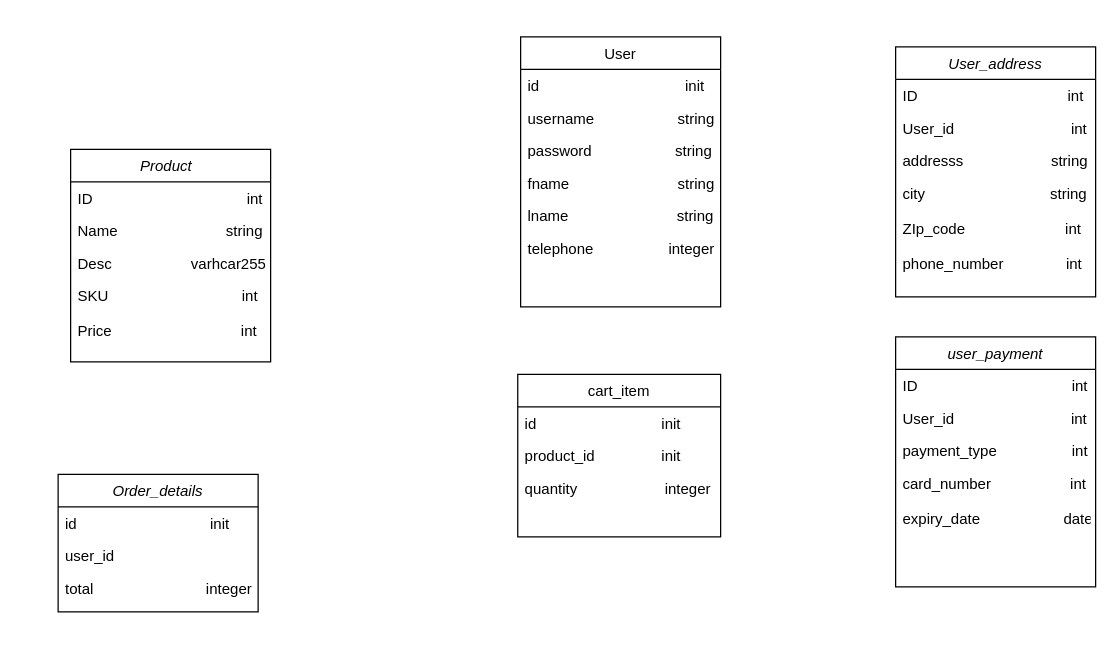
Earlier version of the draw.io diagram Untitled Diagram.drawio (samtheeagle123/shop1). Source tidied: cells renumbered, new cells numbered last; positions are measured from the earlier drawing's top-left corner, leaving out a move shared by most shapes. Both pictures are drawn from the tidied source at 125%, with x=0, y=0 at pixel (58, 36).
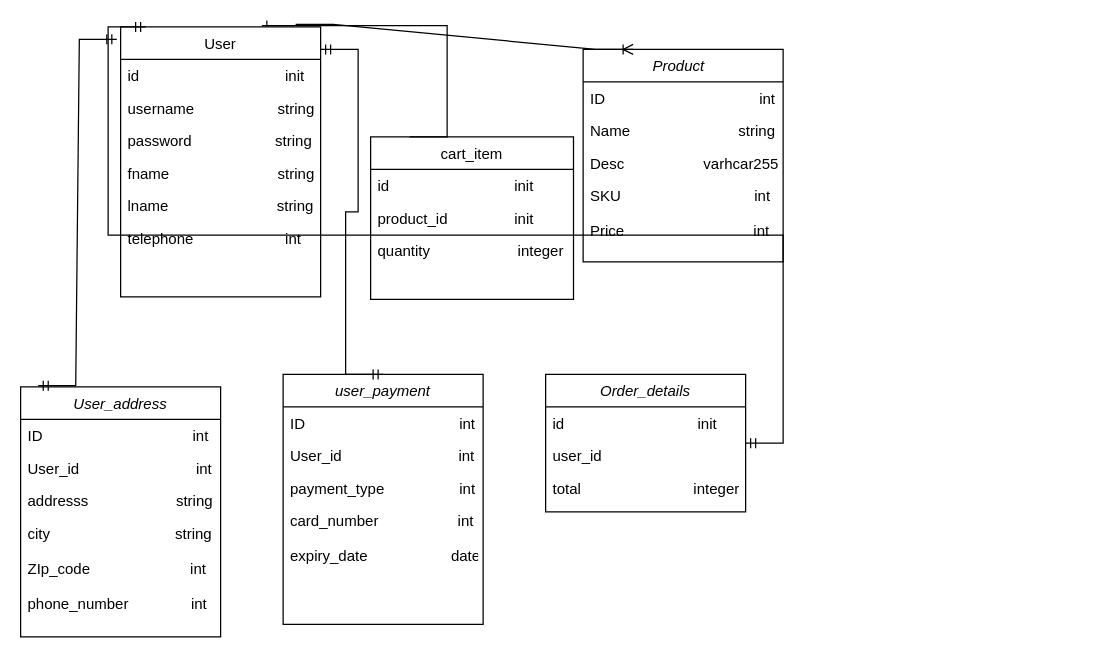
The same page after the edit.

The edit, as a diff of the source:
```diff
@@
     <mxCell id="2" value="Product  &#10;&#10;" style="swimlane;fontStyle=2;align=center;verticalAlign=top;horizontal=1;startSize=26;rounded=0;shadow=0;strokeWidth=1;" parent="1" vertex="1">
-      <mxGeometry x="10" y="90" width="160" height="170" as="geometry" />
+      <mxGeometry x="420" y="10" width="160" height="170" as="geometry" />
     </mxCell>
@@
     <mxCell id="8" value="cart_item" style="swimlane;fontStyle=0;align=center;verticalAlign=top;horizontal=1;startSize=26;rounded=0;shadow=0;strokeWidth=1;" parent="1" vertex="1">
-      <mxGeometry x="367.7" y="270" width="162.3" height="130" as="geometry" />
+      <mxGeometry x="250" y="80" width="162.3" height="130" as="geometry" />
     </mxCell>
+    <mxCell id="36" style="edgeStyle=entityRelationEdgeStyle;fontSize=12;html=1;endArrow=ERone;endFill=1;rounded=0;entryX=0.706;entryY=-0.005;entryDx=0;entryDy=0;entryPerimeter=0;" parent="8" edge="1" target="12">
+      <mxGeometry relative="1" as="geometry">
+        <mxPoint x="31.2" as="sourcePoint" />
+      </mxGeometry>
+    </mxCell>
@@
     <mxCell id="12" value="User" style="swimlane;fontStyle=0;align=center;verticalAlign=top;horizontal=1;startSize=26;rounded=0;shadow=0;strokeWidth=1;" parent="1" vertex="1">
-      <mxGeometry x="370" width="160" height="216" as="geometry" />
+      <mxGeometry x="50" y="-8" width="160" height="216" as="geometry" />
     </mxCell>
@@
-    <mxCell id="18" value="telephone                  integer" style="text;align=left;verticalAlign=top;spacingLeft=4;spacingRight=4;overflow=hidden;rounded=0;shadow=0;html=0;" parent="12" vertex="1">
+    <mxCell id="18" value="telephone                      int" style="text;align=left;verticalAlign=top;spacingLeft=4;spacingRight=4;overflow=hidden;rounded=0;shadow=0;html=0;" parent="12" vertex="1">
       <mxGeometry y="156" width="160" height="26" as="geometry" />
     </mxCell>
     <mxCell id="19" value="User_address" style="swimlane;fontStyle=2;align=center;verticalAlign=top;horizontal=1;startSize=26;rounded=0;shadow=0;strokeWidth=1;" parent="1" vertex="1">
-      <mxGeometry x="670" y="8" width="160" height="200" as="geometry" />
+      <mxGeometry x="-30" y="280" width="160" height="200" as="geometry" />
     </mxCell>
@@
     <mxCell id="26" value="user_payment&#10;" style="swimlane;fontStyle=2;align=center;verticalAlign=top;horizontal=1;startSize=26;rounded=0;shadow=0;strokeWidth=1;" parent="1" vertex="1">
-      <mxGeometry x="670" y="240" width="160" height="200" as="geometry" />
+      <mxGeometry x="180" y="270" width="160" height="200" as="geometry" />
     </mxCell>
@@
     <mxCell id="32" value="Order_details" style="swimlane;fontStyle=2;align=center;verticalAlign=top;horizontal=1;startSize=26;rounded=0;shadow=0;strokeWidth=1;" parent="1" vertex="1">
-      <mxGeometry y="350" width="160" height="110" as="geometry" />
+      <mxGeometry x="390" y="270" width="160" height="110" as="geometry" />
     </mxCell>
@@
+    <mxCell id="37" style="edgeStyle=entityRelationEdgeStyle;fontSize=12;html=1;endArrow=ERmandOne;startArrow=ERmandOne;rounded=0;entryX=-0.019;entryY=0.046;entryDx=0;entryDy=0;entryPerimeter=0;exitX=0.088;exitY=-0.005;exitDx=0;exitDy=0;exitPerimeter=0;" parent="1" edge="1" source="19" target="12">
+      <mxGeometry relative="1" as="geometry" />
+    </mxCell>
+    <mxCell id="38" style="edgeStyle=entityRelationEdgeStyle;fontSize=12;html=1;endArrow=ERmandOne;startArrow=ERmandOne;rounded=0;entryX=0.5;entryY=0;entryDx=0;entryDy=0;" parent="1" edge="1" target="26">
+      <mxGeometry relative="1" as="geometry">
+        <mxPoint x="210" y="10" as="sourcePoint" />
+      </mxGeometry>
+    </mxCell>
+    <mxCell id="39" style="edgeStyle=entityRelationEdgeStyle;fontSize=12;html=1;endArrow=ERoneToMany;rounded=0;entryX=0.25;entryY=0;entryDx=0;entryDy=0;" parent="1" edge="1" target="2">
+      <mxGeometry relative="1" as="geometry">
+        <mxPoint x="190" y="-10" as="sourcePoint" />
+      </mxGeometry>
+    </mxCell>
+    <mxCell id="40" style="edgeStyle=entityRelationEdgeStyle;fontSize=12;html=1;endArrow=ERmandOne;startArrow=ERmandOne;rounded=0;" parent="1" edge="1" source="32">
+      <mxGeometry relative="1" as="geometry">
+        <mxPoint x="70" y="-8" as="targetPoint" />
+      </mxGeometry>
+    </mxCell>
```
